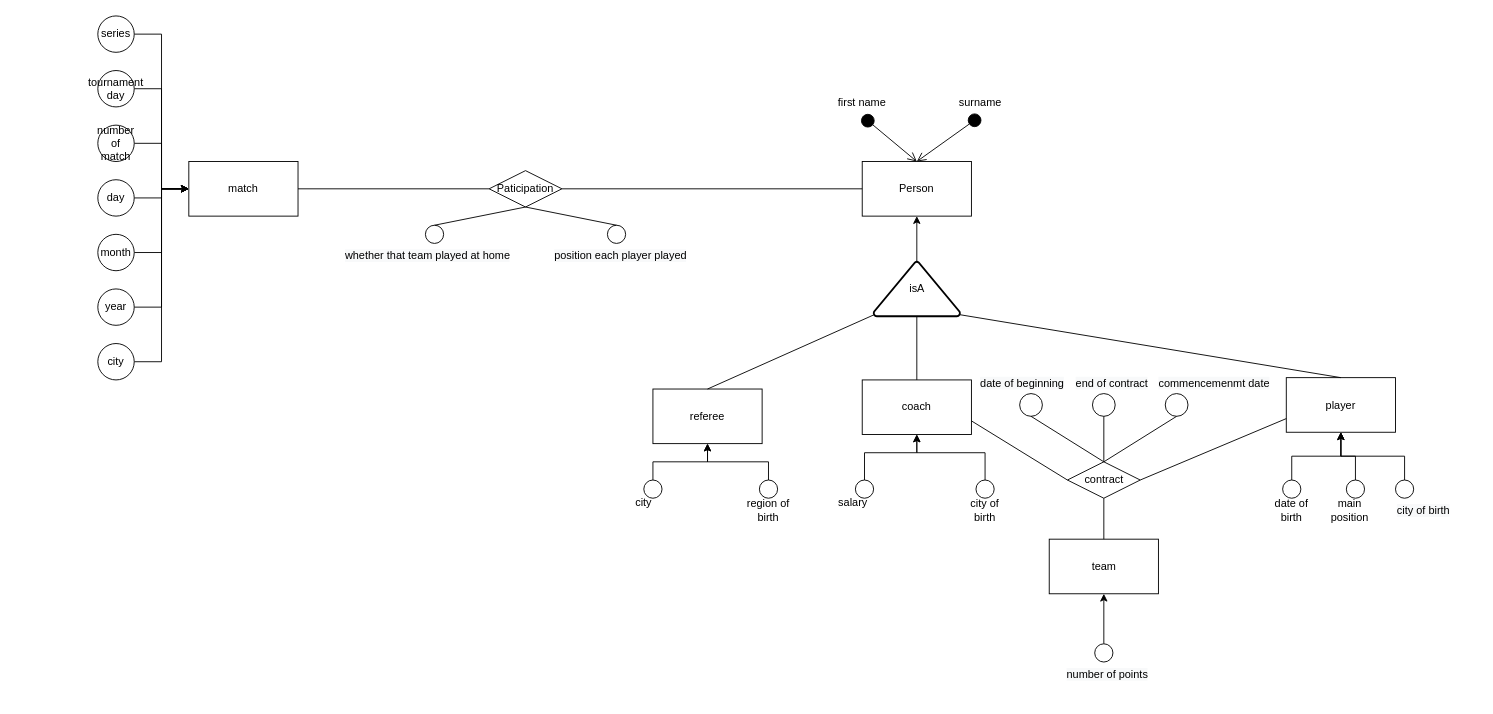
Before: page "第 2 页" (2 of 3) of part1.drawio in JerryFan996/c43_a3, a draw.io diagram. Source tidied: cells renumbered, new cells numbered last; positions are measured from the earlier drawing's top-left corner, leaving out a move shared by most shapes. Both pictures are drawn from the tidied source at 91%, with x=0, y=0 at pixel (97, 15).
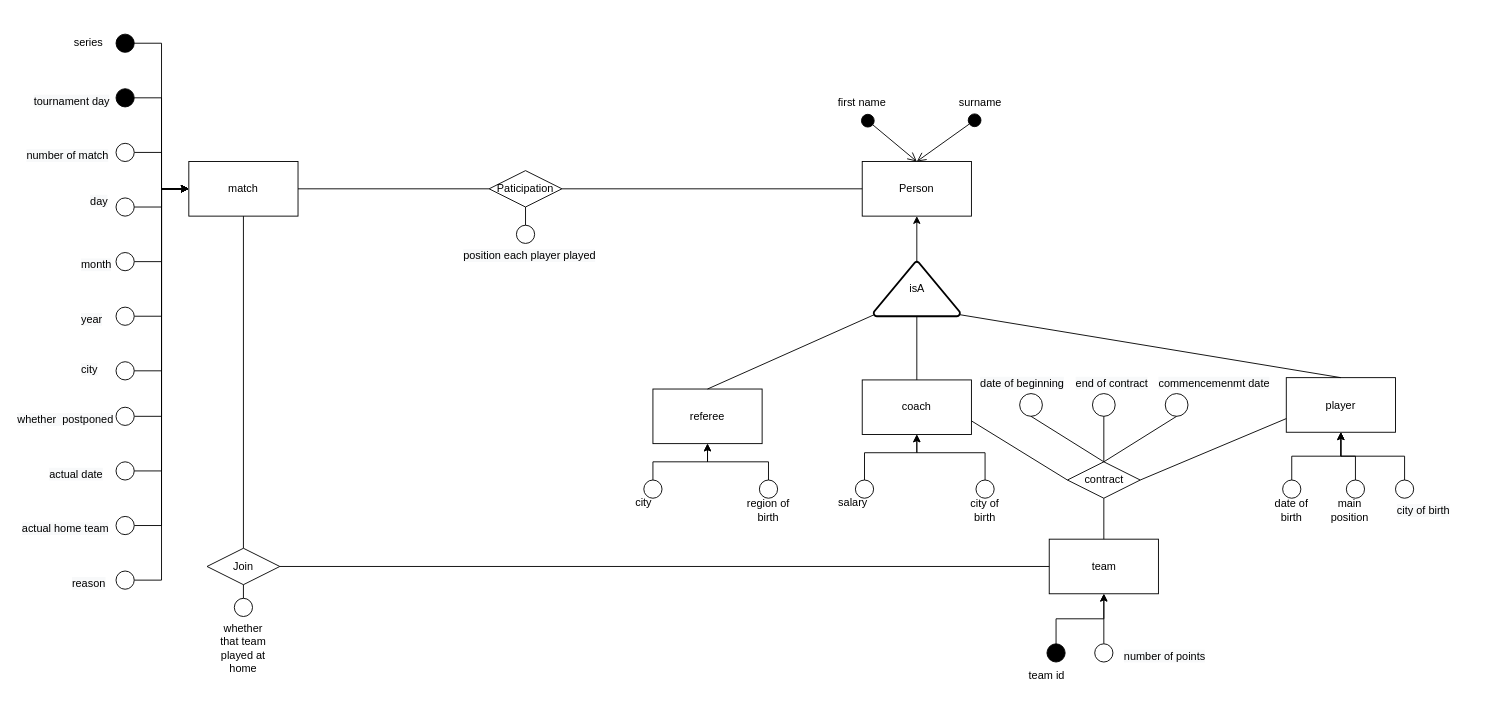
The same page after the edit.

The change refers to these unchanged cells:
```xml
<mxCell id="2" value="match" style="rounded=0;whiteSpace=wrap;html=1;" parent="1" vertex="1">
  <mxGeometry x="100" y="160" width="120" height="60" as="geometry" />
</mxCell>
<mxCell id="66" value="team" style="rounded=0;whiteSpace=wrap;html=1;" parent="1" vertex="1">
  <mxGeometry x="1045.5" y="575" width="120" height="60" as="geometry" />
</mxCell>
<mxCell id="68" value="Paticipation" style="rhombus;whiteSpace=wrap;html=1;" parent="1" vertex="1">
  <mxGeometry x="430" y="170" width="80" height="40" as="geometry" />
</mxCell>
```

Diff of the diagram source:
```diff
@@
-    <mxCell id="4" value="series" style="ellipse;whiteSpace=wrap;html=1;" parent="1" vertex="1">
-      <mxGeometry width="40" height="40" as="geometry" />
+    <mxCell id="4" style="ellipse;whiteSpace=wrap;html=1;fillColor=#000000;" parent="1" vertex="1">
+      <mxGeometry x="20" y="20" width="20" height="20" as="geometry" />
     </mxCell>
@@
-    <mxCell id="6" value="tournament day" style="ellipse;whiteSpace=wrap;html=1;" parent="1" vertex="1">
-      <mxGeometry y="60" width="40" height="40" as="geometry" />
+    <mxCell id="6" style="ellipse;whiteSpace=wrap;html=1;fillColor=#000000;" parent="1" vertex="1">
+      <mxGeometry x="20" y="80" width="20" height="20" as="geometry" />
     </mxCell>
@@
-    <mxCell id="8" value="number of match" style="ellipse;whiteSpace=wrap;html=1;" parent="1" vertex="1">
-      <mxGeometry y="120" width="40" height="40" as="geometry" />
+    <mxCell id="8" style="ellipse;whiteSpace=wrap;html=1;" parent="1" vertex="1">
+      <mxGeometry x="20" y="140" width="20" height="20" as="geometry" />
     </mxCell>
@@
-    <mxCell id="10" value="day" style="ellipse;whiteSpace=wrap;html=1;" parent="1" vertex="1">
-      <mxGeometry y="180" width="40" height="40" as="geometry" />
+    <mxCell id="10" style="ellipse;whiteSpace=wrap;html=1;" parent="1" vertex="1">
+      <mxGeometry x="20" y="200" width="20" height="20" as="geometry" />
     </mxCell>
@@
-    <mxCell id="12" value="month" style="ellipse;whiteSpace=wrap;html=1;" parent="1" vertex="1">
-      <mxGeometry y="240" width="40" height="40" as="geometry" />
+    <mxCell id="12" style="ellipse;whiteSpace=wrap;html=1;" parent="1" vertex="1">
+      <mxGeometry x="20" y="260" width="20" height="20" as="geometry" />
     </mxCell>
@@
-    <mxCell id="14" value="city" style="ellipse;whiteSpace=wrap;html=1;" parent="1" vertex="1">
-      <mxGeometry y="360" width="40" height="40" as="geometry" />
+    <mxCell id="14" style="ellipse;whiteSpace=wrap;html=1;" parent="1" vertex="1">
+      <mxGeometry x="20" y="380" width="20" height="20" as="geometry" />
     </mxCell>
@@
-    <mxCell id="16" value="year" style="ellipse;whiteSpace=wrap;html=1;" parent="1" vertex="1">
-      <mxGeometry y="300" width="40" height="40" as="geometry" />
+    <mxCell id="16" style="ellipse;whiteSpace=wrap;html=1;" parent="1" vertex="1">
+      <mxGeometry x="20" y="320" width="20" height="20" as="geometry" />
     </mxCell>
@@
     <mxCell id="65" value="&lt;span style=&quot;color: rgb(0, 0, 0); font-family: Helvetica; font-size: 12px; font-style: normal; font-variant-ligatures: normal; font-variant-caps: normal; font-weight: 400; letter-spacing: normal; orphans: 2; text-align: center; text-indent: 0px; text-transform: none; widows: 2; word-spacing: 0px; -webkit-text-stroke-width: 0px; background-color: rgb(248, 249, 250); text-decoration-thickness: initial; text-decoration-style: initial; text-decoration-color: initial; float: none; display: inline !important;&quot;&gt;number of points&lt;/span&gt;" style="text;whiteSpace=wrap;html=1;" parent="1" vertex="1">
-      <mxGeometry x="1063" y="710" width="120" height="40" as="geometry" />
+      <mxGeometry x="1125.5" y="690" width="120" height="40" as="geometry" />
     </mxCell>
@@
     <mxCell id="69" style="ellipse;whiteSpace=wrap;html=1;" parent="1" vertex="1">
-      <mxGeometry x="560" y="230" width="20" height="20" as="geometry" />
+      <mxGeometry x="460" y="230" width="20" height="20" as="geometry" />
     </mxCell>
@@
     <mxCell id="71" value="&lt;span style=&quot;color: rgb(0, 0, 0); font-family: Helvetica; font-size: 12px; font-style: normal; font-variant-ligatures: normal; font-variant-caps: normal; font-weight: 400; letter-spacing: normal; orphans: 2; text-align: center; text-indent: 0px; text-transform: none; widows: 2; word-spacing: 0px; -webkit-text-stroke-width: 0px; background-color: rgb(248, 249, 250); text-decoration-thickness: initial; text-decoration-style: initial; text-decoration-color: initial; float: none; display: inline !important;&quot;&gt;position each player played&lt;/span&gt;" style="text;whiteSpace=wrap;html=1;" parent="1" vertex="1">
-      <mxGeometry x="500" y="250" width="180" height="40" as="geometry" />
+      <mxGeometry x="400" y="250" width="180" height="40" as="geometry" />
     </mxCell>
@@
-    <mxCell id="74" style="ellipse;whiteSpace=wrap;html=1;" parent="1" vertex="1">
-      <mxGeometry x="360" y="230" width="20" height="20" as="geometry" />
-    </mxCell>
-    <mxCell id="75" style="endArrow=none;html=1;rounded=0;entryX=0.5;entryY=1;entryDx=0;entryDy=0;exitX=0.5;exitY=0;exitDx=0;exitDy=0;" parent="1" edge="1" source="74" target="68">
-      <mxGeometry relative="1" as="geometry" />
-    </mxCell>
+    <mxCell id="77" style="edgeStyle=orthogonalEdgeStyle;rounded=0;jettySize=auto;html=1;entryX=0;entryY=0.5;entryDx=0;entryDy=0;" parent="1" edge="1" source="78" target="2">
+      <mxGeometry relative="1" as="geometry" />
+    </mxCell>
+    <mxCell id="78" style="ellipse;whiteSpace=wrap;html=1;" parent="1" vertex="1">
+      <mxGeometry x="20" y="430" width="20" height="20" as="geometry" />
+    </mxCell>
+    <mxCell id="79" style="edgeStyle=orthogonalEdgeStyle;rounded=0;jettySize=auto;html=1;entryX=0;entryY=0.5;entryDx=0;entryDy=0;" parent="1" edge="1" source="80" target="2">
+      <mxGeometry relative="1" as="geometry" />
+    </mxCell>
+    <mxCell id="80" style="ellipse;whiteSpace=wrap;html=1;" parent="1" vertex="1">
+      <mxGeometry x="20" y="490" width="20" height="20" as="geometry" />
+    </mxCell>
+    <mxCell id="81" style="endArrow=none;html=1;rounded=0;entryX=0;entryY=0.5;entryDx=0;entryDy=0;exitX=1;exitY=0.5;exitDx=0;exitDy=0;" parent="1" edge="1" source="82" target="66">
+      <mxGeometry relative="1" as="geometry" />
+    </mxCell>
+    <mxCell id="82" value="Join" style="rhombus;whiteSpace=wrap;html=1;" parent="1" vertex="1">
+      <mxGeometry x="120" y="585" width="80" height="40" as="geometry" />
+    </mxCell>
+    <mxCell id="83" style="endArrow=none;html=1;rounded=0;exitX=0.5;exitY=0;exitDx=0;exitDy=0;entryX=0.5;entryY=1;entryDx=0;entryDy=0;" parent="1" edge="1" source="82" target="2">
+      <mxGeometry relative="1" as="geometry" />
+    </mxCell>
+    <mxCell id="84" style="edgeStyle=orthogonalEdgeStyle;rounded=0;jettySize=auto;html=1;entryX=0;entryY=0.5;entryDx=0;entryDy=0;" parent="1" edge="1" source="85" target="2">
+      <mxGeometry relative="1" as="geometry" />
+    </mxCell>
+    <mxCell id="85" style="ellipse;whiteSpace=wrap;html=1;" parent="1" vertex="1">
+      <mxGeometry x="20" y="550" width="20" height="20" as="geometry" />
+    </mxCell>
+    <mxCell id="86" style="ellipse;whiteSpace=wrap;html=1;" parent="1" vertex="1">
+      <mxGeometry x="150" y="640" width="20" height="20" as="geometry" />
+    </mxCell>
+    <mxCell id="87" style="endArrow=none;html=1;rounded=0;exitX=0.5;exitY=1;exitDx=0;exitDy=0;entryX=0.5;entryY=0;entryDx=0;entryDy=0;" parent="1" edge="1" source="82" target="86">
+      <mxGeometry relative="1" as="geometry" />
+    </mxCell>
-    <mxCell id="76" value="&lt;span style=&quot;color: rgb(0, 0, 0); font-family: Helvetica; font-size: 12px; font-style: normal; font-variant-ligatures: normal; font-variant-caps: normal; font-weight: 400; letter-spacing: normal; orphans: 2; text-align: center; text-indent: 0px; text-transform: none; widows: 2; word-spacing: 0px; -webkit-text-stroke-width: 0px; background-color: rgb(248, 249, 250); text-decoration-thickness: initial; text-decoration-style: initial; text-decoration-color: initial; float: none; display: inline !important;&quot;&gt;whether that team played at home&lt;/span&gt;" style="text;whiteSpace=wrap;html=1;" parent="1" vertex="1">
-      <mxGeometry x="270" y="250" width="210" height="40" as="geometry" />
+    <mxCell id="76" value="whether that team played at home" style="text;html=1;strokeColor=none;fillColor=none;align=center;verticalAlign=middle;whiteSpace=wrap;rounded=0;" parent="1" vertex="1">
+      <mxGeometry x="130" y="680" width="60" height="30" as="geometry" />
     </mxCell>
+    <mxCell id="88" style="edgeStyle=orthogonalEdgeStyle;rounded=0;jettySize=auto;html=1;entryX=0;entryY=0.5;entryDx=0;entryDy=0;" parent="1" edge="1" source="89" target="2">
+      <mxGeometry relative="1" as="geometry" />
+    </mxCell>
+    <mxCell id="89" style="ellipse;whiteSpace=wrap;html=1;" parent="1" vertex="1">
+      <mxGeometry x="20" y="610" width="20" height="20" as="geometry" />
+    </mxCell>
+    <mxCell id="90" value="series" style="text;html=1;strokeColor=none;fillColor=none;align=center;verticalAlign=middle;whiteSpace=wrap;rounded=0;" parent="1" vertex="1">
+      <mxGeometry x="-40" y="15" width="60" height="30" as="geometry" />
+    </mxCell>
+    <mxCell id="91" value="&lt;span style=&quot;color: rgb(0, 0, 0); font-family: Helvetica; font-size: 12px; font-style: normal; font-variant-ligatures: normal; font-variant-caps: normal; font-weight: 400; letter-spacing: normal; orphans: 2; text-align: center; text-indent: 0px; text-transform: none; widows: 2; word-spacing: 0px; -webkit-text-stroke-width: 0px; background-color: rgb(248, 249, 250); text-decoration-thickness: initial; text-decoration-style: initial; text-decoration-color: initial; float: none; display: inline !important;&quot;&gt;tournament day&lt;/span&gt;" style="text;whiteSpace=wrap;html=1;" parent="1" vertex="1">
+      <mxGeometry x="-72.5" y="80" width="92.5" height="40" as="geometry" />
+    </mxCell>
+    <mxCell id="92" value="&lt;span style=&quot;color: rgb(0, 0, 0); font-family: Helvetica; font-size: 12px; font-style: normal; font-variant-ligatures: normal; font-variant-caps: normal; font-weight: 400; letter-spacing: normal; orphans: 2; text-align: center; text-indent: 0px; text-transform: none; widows: 2; word-spacing: 0px; -webkit-text-stroke-width: 0px; background-color: rgb(248, 249, 250); text-decoration-thickness: initial; text-decoration-style: initial; text-decoration-color: initial; float: none; display: inline !important;&quot;&gt;number of match&lt;/span&gt;" style="text;whiteSpace=wrap;html=1;" parent="1" vertex="1">
+      <mxGeometry x="-80" y="140" width="120" height="40" as="geometry" />
+    </mxCell>
+    <mxCell id="93" value="&lt;span style=&quot;color: rgb(0, 0, 0); font-family: Helvetica; font-size: 12px; font-style: normal; font-variant-ligatures: normal; font-variant-caps: normal; font-weight: 400; letter-spacing: normal; orphans: 2; text-align: center; text-indent: 0px; text-transform: none; widows: 2; word-spacing: 0px; -webkit-text-stroke-width: 0px; background-color: rgb(248, 249, 250); text-decoration-thickness: initial; text-decoration-style: initial; text-decoration-color: initial; float: none; display: inline !important;&quot;&gt;day&lt;/span&gt;" style="text;whiteSpace=wrap;html=1;" parent="1" vertex="1">
+      <mxGeometry x="-10" y="190" width="50" height="40" as="geometry" />
+    </mxCell>
+    <mxCell id="94" value="&lt;span style=&quot;color: rgb(0, 0, 0); font-family: Helvetica; font-size: 12px; font-style: normal; font-variant-ligatures: normal; font-variant-caps: normal; font-weight: 400; letter-spacing: normal; orphans: 2; text-align: center; text-indent: 0px; text-transform: none; widows: 2; word-spacing: 0px; -webkit-text-stroke-width: 0px; background-color: rgb(248, 249, 250); text-decoration-thickness: initial; text-decoration-style: initial; text-decoration-color: initial; float: none; display: inline !important;&quot;&gt;month&lt;/span&gt;" style="text;whiteSpace=wrap;html=1;" parent="1" vertex="1">
+      <mxGeometry x="-20" y="260" width="70" height="40" as="geometry" />
+    </mxCell>
+    <mxCell id="95" value="&lt;span style=&quot;color: rgb(0, 0, 0); font-family: Helvetica; font-size: 12px; font-style: normal; font-variant-ligatures: normal; font-variant-caps: normal; font-weight: 400; letter-spacing: normal; orphans: 2; text-align: center; text-indent: 0px; text-transform: none; widows: 2; word-spacing: 0px; -webkit-text-stroke-width: 0px; background-color: rgb(248, 249, 250); text-decoration-thickness: initial; text-decoration-style: initial; text-decoration-color: initial; float: none; display: inline !important;&quot;&gt;year&lt;/span&gt;" style="text;whiteSpace=wrap;html=1;" parent="1" vertex="1">
+      <mxGeometry x="-20" y="320" width="60" height="40" as="geometry" />
+    </mxCell>
+    <mxCell id="96" value="&lt;span style=&quot;color: rgb(0, 0, 0); font-family: Helvetica; font-size: 12px; font-style: normal; font-variant-ligatures: normal; font-variant-caps: normal; font-weight: 400; letter-spacing: normal; orphans: 2; text-align: center; text-indent: 0px; text-transform: none; widows: 2; word-spacing: 0px; -webkit-text-stroke-width: 0px; background-color: rgb(248, 249, 250); text-decoration-thickness: initial; text-decoration-style: initial; text-decoration-color: initial; float: none; display: inline !important;&quot;&gt;city&lt;/span&gt;" style="text;whiteSpace=wrap;html=1;" parent="1" vertex="1">
+      <mxGeometry x="-20" y="375" width="50" height="40" as="geometry" />
+    </mxCell>
+    <mxCell id="97" value="&lt;span style=&quot;color: rgb(0, 0, 0); font-family: Helvetica; font-size: 12px; font-style: normal; font-variant-ligatures: normal; font-variant-caps: normal; font-weight: 400; letter-spacing: normal; orphans: 2; text-align: center; text-indent: 0px; text-transform: none; widows: 2; word-spacing: 0px; -webkit-text-stroke-width: 0px; background-color: rgb(248, 249, 250); text-decoration-thickness: initial; text-decoration-style: initial; text-decoration-color: initial; float: none; display: inline !important;&quot;&gt;whether&amp;nbsp; postponed&lt;/span&gt;" style="text;whiteSpace=wrap;html=1;" parent="1" vertex="1">
+      <mxGeometry x="-90" y="430" width="140" height="40" as="geometry" />
+    </mxCell>
+    <mxCell id="98" value="&lt;span style=&quot;color: rgb(0, 0, 0); font-family: Helvetica; font-size: 12px; font-style: normal; font-variant-ligatures: normal; font-variant-caps: normal; font-weight: 400; letter-spacing: normal; orphans: 2; text-align: center; text-indent: 0px; text-transform: none; widows: 2; word-spacing: 0px; -webkit-text-stroke-width: 0px; background-color: rgb(248, 249, 250); text-decoration-thickness: initial; text-decoration-style: initial; text-decoration-color: initial; float: none; display: inline !important;&quot;&gt;actual date&lt;/span&gt;" style="text;whiteSpace=wrap;html=1;" parent="1" vertex="1">
+      <mxGeometry x="-55" y="490" width="90" height="40" as="geometry" />
+    </mxCell>
+    <mxCell id="99" value="&lt;span style=&quot;color: rgb(0, 0, 0); font-family: Helvetica; font-size: 12px; font-style: normal; font-variant-ligatures: normal; font-variant-caps: normal; font-weight: 400; letter-spacing: normal; orphans: 2; text-align: center; text-indent: 0px; text-transform: none; widows: 2; word-spacing: 0px; -webkit-text-stroke-width: 0px; background-color: rgb(248, 249, 250); text-decoration-thickness: initial; text-decoration-style: initial; text-decoration-color: initial; float: none; display: inline !important;&quot;&gt;actual&amp;nbsp;&lt;/span&gt;&lt;span style=&quot;color: rgb(0, 0, 0); font-family: Helvetica; font-size: 12px; font-style: normal; font-variant-ligatures: normal; font-variant-caps: normal; font-weight: 400; letter-spacing: normal; orphans: 2; text-align: center; text-indent: 0px; text-transform: none; widows: 2; word-spacing: 0px; -webkit-text-stroke-width: 0px; background-color: rgb(248, 249, 250); text-decoration-thickness: initial; text-decoration-style: initial; text-decoration-color: initial; float: none; display: inline !important;&quot;&gt;home&amp;nbsp;&lt;/span&gt;&lt;span style=&quot;color: rgb(0, 0, 0); font-family: Helvetica; font-size: 12px; font-style: normal; font-variant-ligatures: normal; font-variant-caps: normal; font-weight: 400; letter-spacing: normal; orphans: 2; text-align: center; text-indent: 0px; text-transform: none; widows: 2; word-spacing: 0px; -webkit-text-stroke-width: 0px; background-color: rgb(248, 249, 250); text-decoration-thickness: initial; text-decoration-style: initial; text-decoration-color: initial; float: none; display: inline !important;&quot;&gt;team&lt;/span&gt;" style="text;whiteSpace=wrap;html=1;" parent="1" vertex="1">
+      <mxGeometry x="-85" y="550" width="105" height="70" as="geometry" />
+    </mxCell>
+    <mxCell id="100" value="&lt;span style=&quot;color: rgb(0, 0, 0); font-family: Helvetica; font-size: 12px; font-style: normal; font-variant-ligatures: normal; font-variant-caps: normal; font-weight: 400; letter-spacing: normal; orphans: 2; text-align: center; text-indent: 0px; text-transform: none; widows: 2; word-spacing: 0px; -webkit-text-stroke-width: 0px; background-color: rgb(248, 249, 250); text-decoration-thickness: initial; text-decoration-style: initial; text-decoration-color: initial; float: none; display: inline !important;&quot;&gt;reason&lt;/span&gt;" style="text;whiteSpace=wrap;html=1;" parent="1" vertex="1">
+      <mxGeometry x="-30" y="610" width="70" height="40" as="geometry" />
+    </mxCell>
+    <mxCell id="101" style="edgeStyle=orthogonalEdgeStyle;rounded=0;jettySize=auto;html=1;entryX=0.5;entryY=1;entryDx=0;entryDy=0;" parent="1" edge="1" source="102" target="66">
+      <mxGeometry relative="1" as="geometry" />
+    </mxCell>
+    <mxCell id="102" style="ellipse;whiteSpace=wrap;html=1;fillColor=#000000;" parent="1" vertex="1">
+      <mxGeometry x="1043" y="690" width="20" height="20" as="geometry" />
+    </mxCell>
+    <mxCell id="103" value="team id" style="text;html=1;strokeColor=none;fillColor=none;align=center;verticalAlign=middle;whiteSpace=wrap;rounded=0;" parent="1" vertex="1">
+      <mxGeometry x="1013" y="710" width="60" height="30" as="geometry" />
+    </mxCell>
```
